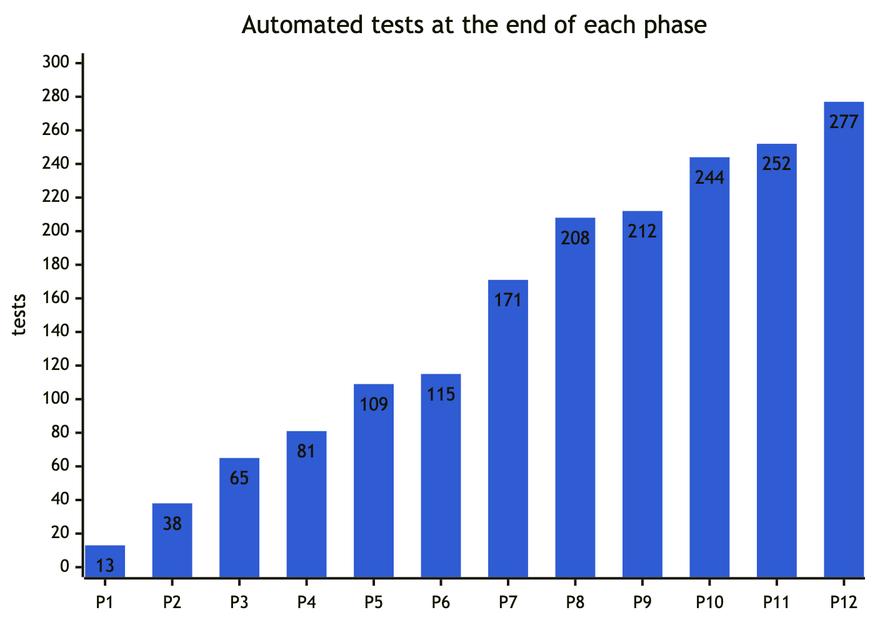
The Mermaid diagram docs/handbook/images/14-chart-tests-by-phase.png in abdulmdev/sentinel-incident-copilot, before a commit. Its source is kept beside it as docs/handbook/diagrams/14-chart-tests-by-phase.mmd.
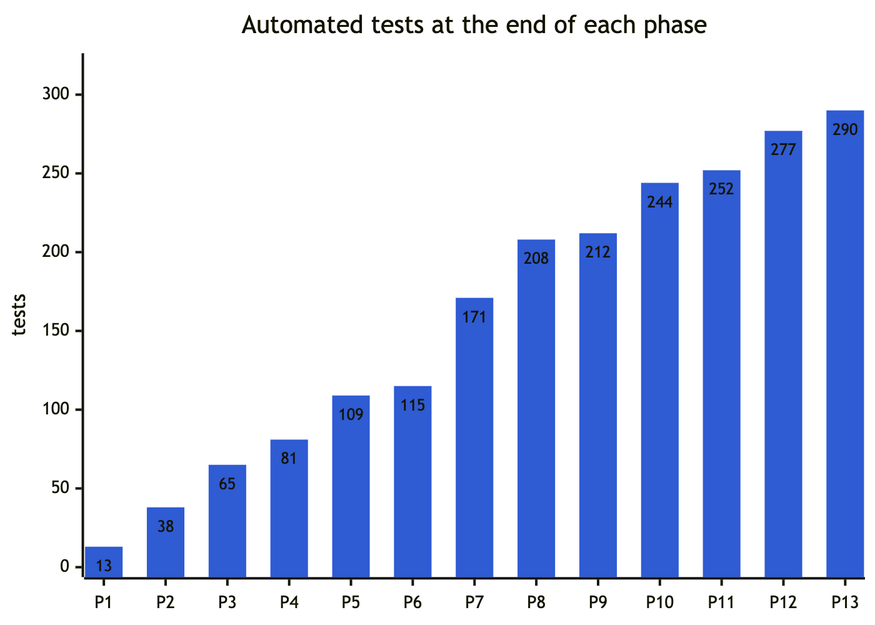
Later version of the same file.

What changed in the source:
```diff
@@ -8,6 +8,6 @@
 ---
 xychart-beta
   title "Automated tests at the end of each phase"
-  x-axis ["P1", "P2", "P3", "P4", "P5", "P6", "P7", "P8", "P9", "P10", "P11", "P12"]
-  y-axis "tests" 0 --> 300
-  bar [13, 38, 65, 81, 109, 115, 171, 208, 212, 244, 252, 277]
+  x-axis ["P1", "P2", "P3", "P4", "P5", "P6", "P7", "P8", "P9", "P10", "P11", "P12", "P13"]
+  y-axis "tests" 0 --> 320
+  bar [13, 38, 65, 81, 109, 115, 171, 208, 212, 244, 252, 277, 290]
```
